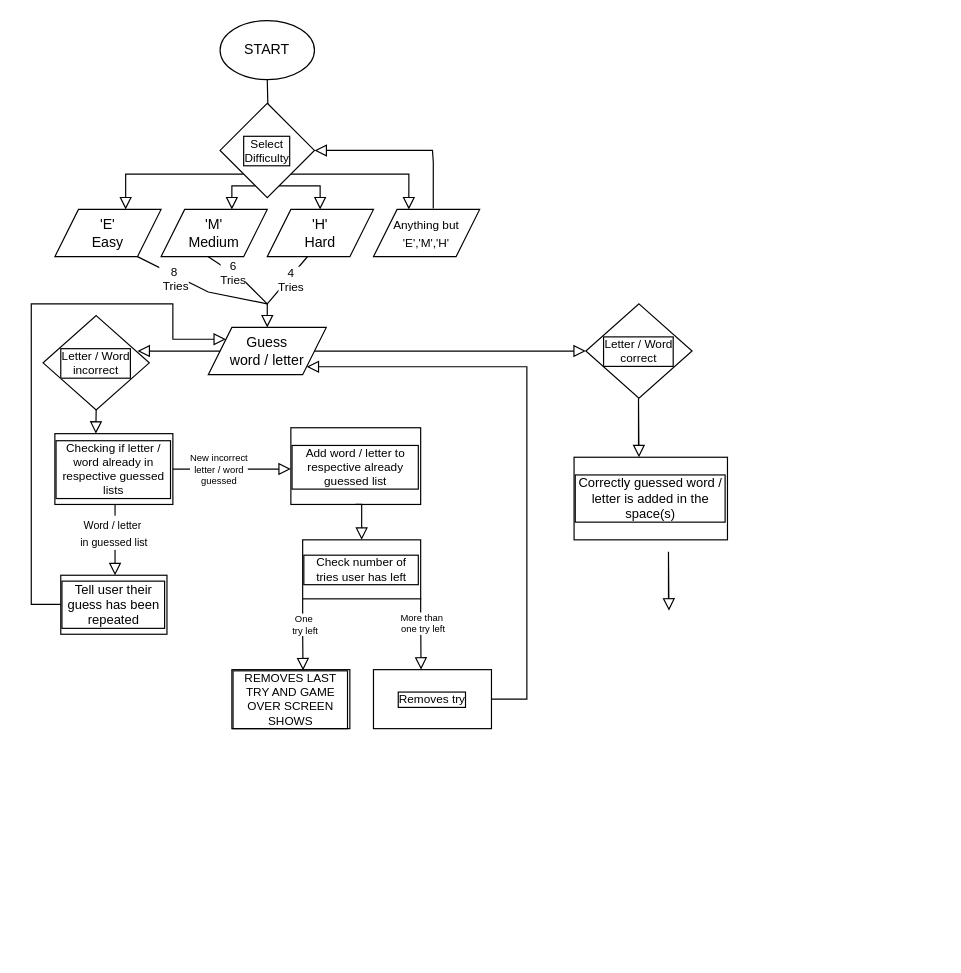
Earlier version of the draw.io diagram assets/images/project-three-flowchart.drawio (Bethieieio/project-three-command-hangman). Source tidied: cells renumbered, new cells numbered last; positions are measured from the earlier drawing's top-left corner, leaving out a move shared by most shapes. Both pictures are drawn from the tidied source at 118%, with x=0, y=0 at pixel (31, 20).
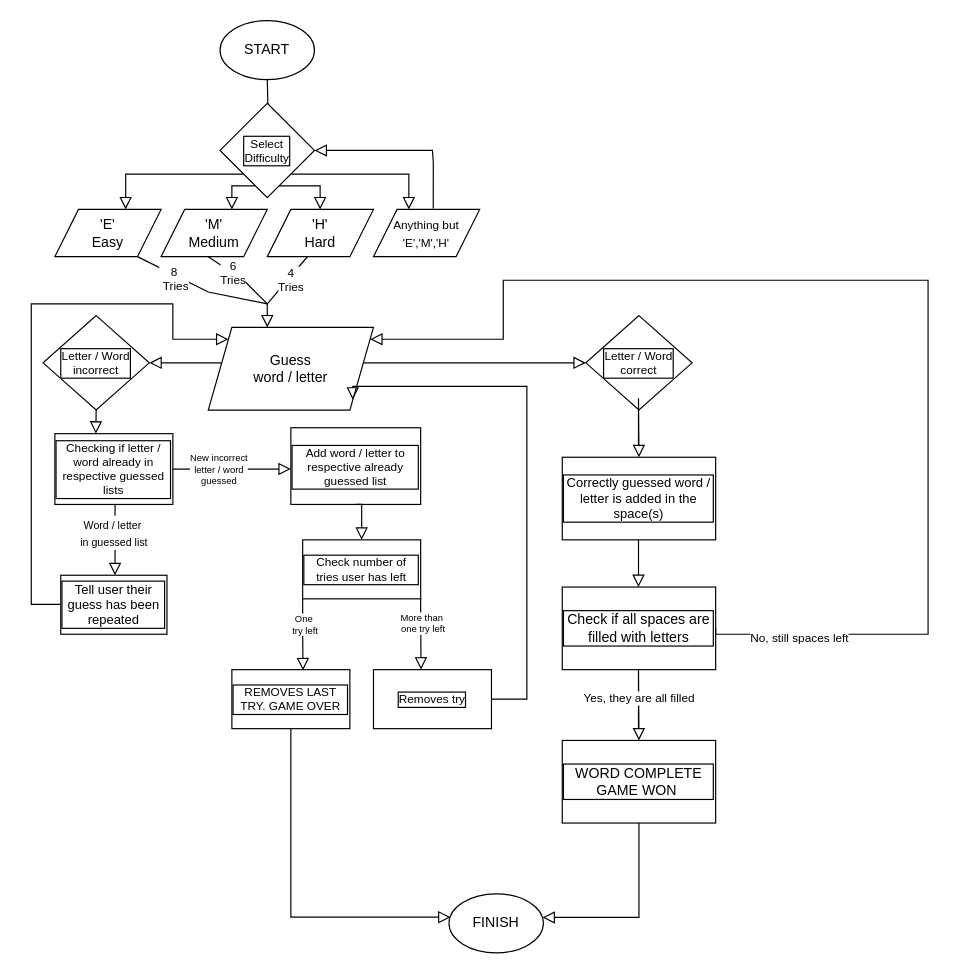
Above is the later version.

Unchanged cells that the change refers to:
```xml
<mxCell id="23" value="Letter / Word&lt;br&gt;incorrect" style="rhombus;whiteSpace=wrap;html=1;rounded=0;labelBackgroundColor=#FFFFFF;labelBorderColor=default;fontSize=10;" parent="1" vertex="1">
  <mxGeometry x="10" y="250" width="90" height="80" as="geometry" />
</mxCell>
<mxCell id="41" value="Removes try" style="rounded=0;whiteSpace=wrap;html=1;labelBackgroundColor=none;labelBorderColor=default;fillStyle=solid;strokeColor=#000000;fontSize=10;fontColor=#000000;fillColor=none;" parent="1" vertex="1">
  <mxGeometry x="290" y="550" width="100" height="50" as="geometry" />
</mxCell>
```

Diff of the diagram source:
```diff
@@
     <mxCell id="2" value="Letter / Word&lt;br&gt;correct" style="rhombus;whiteSpace=wrap;html=1;rounded=0;labelBackgroundColor=#FFFFFF;labelBorderColor=default;fontSize=10;" parent="1" vertex="1">
-      <mxGeometry x="470" y="240" width="90" height="80" as="geometry" />
+      <mxGeometry x="470" y="250" width="90" height="80" as="geometry" />
     </mxCell>
@@
     <mxCell id="20" value="Guess&lt;br&gt;word / letter" style="shape=parallelogram;perimeter=parallelogramPerimeter;whiteSpace=wrap;html=1;fixedSize=1;" parent="1" vertex="1">
-      <mxGeometry x="150" y="260" width="100" height="40" as="geometry" />
+      <mxGeometry x="150" y="260" width="140" height="70" as="geometry" />
     </mxCell>
@@
-    <mxCell id="22" style="rounded=0;html=1;jettySize=auto;fontSize=11;endArrow=block;endFill=0;endSize=8;strokeWidth=1;shadow=0;labelBackgroundColor=none;edgeStyle=orthogonalEdgeStyle;entryX=0.889;entryY=0.375;entryDx=0;entryDy=0;entryPerimeter=0;" parent="1" edge="1" source="20" target="23">
-      <mxGeometry relative="1" as="geometry" />
+    <mxCell id="22" style="rounded=0;html=1;jettySize=auto;fontSize=11;endArrow=block;endFill=0;endSize=8;strokeWidth=1;shadow=0;labelBackgroundColor=none;edgeStyle=orthogonalEdgeStyle;" parent="1" edge="1" source="20" target="23">
+      <mxGeometry relative="1" as="geometry">
+        <Array as="points">
+          <mxPoint x="130" y="290" />
+          <mxPoint x="130" y="290" />
+        </Array>
+      </mxGeometry>
     </mxCell>
@@
-    <mxCell id="36" value="REMOVES LAST TRY AND GAME OVER SCREEN SHOWS" style="rounded=0;whiteSpace=wrap;html=1;labelBackgroundColor=none;labelBorderColor=default;fillStyle=solid;strokeColor=#000000;fontSize=10;fontColor=#000000;fillColor=none;" parent="1" vertex="1">
+    <mxCell id="36" value="REMOVES LAST TRY. GAME OVER" style="rounded=0;whiteSpace=wrap;html=1;labelBackgroundColor=none;labelBorderColor=default;fillStyle=solid;strokeColor=#000000;fontSize=10;fontColor=#000000;fillColor=none;" parent="1" vertex="1">
       <mxGeometry x="170" y="550" width="100" height="50" as="geometry" />
     </mxCell>
@@
-    <mxCell id="42" style="rounded=0;html=1;jettySize=auto;fontSize=11;endArrow=block;endFill=0;endSize=8;strokeWidth=1;shadow=0;labelBackgroundColor=none;edgeStyle=orthogonalEdgeStyle;exitX=1;exitY=0.5;exitDx=0;exitDy=0;" parent="1" edge="1" source="20" target="2">
-      <mxGeometry relative="1" as="geometry" />
+    <mxCell id="42" style="rounded=0;html=1;jettySize=auto;fontSize=11;endArrow=block;endFill=0;endSize=8;strokeWidth=1;shadow=0;labelBackgroundColor=none;edgeStyle=orthogonalEdgeStyle;" parent="1" edge="1" source="20" target="2">
+      <mxGeometry relative="1" as="geometry">
+        <Array as="points">
+          <mxPoint x="320" y="290" />
+          <mxPoint x="320" y="290" />
+        </Array>
+      </mxGeometry>
     </mxCell>
@@
     <mxCell id="44" style="rounded=0;html=1;jettySize=auto;fontSize=11;endArrow=block;endFill=0;endSize=8;strokeWidth=1;shadow=0;labelBackgroundColor=none;edgeStyle=orthogonalEdgeStyle;entryX=1;entryY=1;entryDx=0;entryDy=0;exitX=1;exitY=0.5;exitDx=0;exitDy=0;" parent="1" edge="1" source="41" target="20">
       <mxGeometry relative="1" as="geometry">
         <Array as="points">
           <mxPoint x="420" y="575" />
-          <mxPoint x="420" y="293" />
+          <mxPoint x="420" y="310" />
         </Array>
       </mxGeometry>
     </mxCell>
     <mxCell id="45" value="&lt;font style=&quot;font-size: 11px;&quot;&gt;Correctly guessed word / letter is added in the space(s)&lt;/font&gt;" style="rounded=0;whiteSpace=wrap;html=1;labelBackgroundColor=none;labelBorderColor=default;fillStyle=solid;strokeColor=#000000;fontSize=10;fontColor=#000000;fillColor=none;" parent="1" vertex="1">
-      <mxGeometry x="460" y="370" width="130" height="70" as="geometry" />
+      <mxGeometry x="450" y="370" width="130" height="70" as="geometry" />
     </mxCell>
-    <mxCell id="46" style="rounded=0;html=1;jettySize=auto;orthogonalLoop=1;fontSize=11;endArrow=block;endFill=0;endSize=8;strokeWidth=1;shadow=0;labelBackgroundColor=none;edgeStyle=orthogonalEdgeStyle;exitX=0;exitY=1;exitDx=0;exitDy=0;" parent="1" edge="1">
+    <mxCell id="46" style="rounded=0;html=1;jettySize=auto;orthogonalLoop=1;fontSize=11;endArrow=block;endFill=0;endSize=8;strokeWidth=1;shadow=0;labelBackgroundColor=none;edgeStyle=orthogonalEdgeStyle;" parent="1" edge="1">
       <mxGeometry relative="1" as="geometry">
-        <mxPoint x="540" y="490" as="sourcePoint" />
-        <mxPoint x="540.4" y="500" as="targetPoint" />
+        <mxPoint x="514.6" y="440" as="sourcePoint" />
+        <mxPoint x="514.6" y="480" as="targetPoint" />
         <Array as="points">
-          <mxPoint x="540" y="450" />
-          <mxPoint x="540" y="450" />
+          <mxPoint x="514.6" y="450" />
+          <mxPoint x="514.6" y="450" />
         </Array>
       </mxGeometry>
     </mxCell>
+    <mxCell id="47" value="&lt;span style=&quot;font-size: 12px;&quot;&gt;Check if all spaces are filled with letters&lt;/span&gt;" style="rounded=0;whiteSpace=wrap;html=1;labelBackgroundColor=none;labelBorderColor=default;fillStyle=solid;strokeColor=#000000;fontSize=10;fontColor=#000000;fillColor=none;" parent="1" vertex="1">
+      <mxGeometry x="450" y="480" width="130" height="70" as="geometry" />
+    </mxCell>
+    <mxCell id="48" style="rounded=0;html=1;jettySize=auto;orthogonalLoop=1;fontSize=11;endArrow=block;endFill=0;endSize=8;strokeWidth=1;shadow=0;labelBackgroundColor=none;edgeStyle=orthogonalEdgeStyle;" parent="1" edge="1">
+      <mxGeometry relative="1" as="geometry">
+        <mxPoint x="514.6" y="600" as="sourcePoint" />
+        <mxPoint x="515" y="610" as="targetPoint" />
+        <Array as="points">
+          <mxPoint x="514.6" y="550" />
+          <mxPoint x="514.6" y="550" />
+        </Array>
+      </mxGeometry>
+    </mxCell>
+    <mxCell id="49" value="Yes, they are all filled" style="edgeLabel;html=1;align=center;verticalAlign=middle;fontSize=10;fontColor=#000000;" parent="48" vertex="1">
+      <mxGeometry x="-0.51" relative="1" as="geometry" />
+    </mxCell>
+    <mxCell id="50" value="&lt;span style=&quot;font-size: 12px;&quot;&gt;WORD COMPLETE GAME WON&amp;nbsp;&lt;/span&gt;" style="rounded=0;whiteSpace=wrap;html=1;labelBackgroundColor=none;labelBorderColor=default;fillStyle=solid;strokeColor=#000000;fontSize=10;fontColor=#000000;fillColor=none;" parent="1" vertex="1">
+      <mxGeometry x="450" y="610" width="130" height="70" as="geometry" />
+    </mxCell>
+    <mxCell id="51" style="rounded=0;html=1;jettySize=auto;fontSize=11;endArrow=block;endFill=0;endSize=8;strokeWidth=1;shadow=0;labelBackgroundColor=none;edgeStyle=orthogonalEdgeStyle;entryX=0.017;entryY=0.395;entryDx=0;entryDy=0;entryPerimeter=0;" parent="1" edge="1" target="53">
+      <mxGeometry relative="1" as="geometry">
+        <mxPoint x="220" y="600" as="sourcePoint" />
+        <Array as="points">
+          <mxPoint x="220" y="760" />
+        </Array>
+      </mxGeometry>
+    </mxCell>
+    <mxCell id="52" style="rounded=0;html=1;jettySize=auto;fontSize=11;endArrow=block;endFill=0;endSize=8;strokeWidth=1;shadow=0;labelBackgroundColor=none;edgeStyle=orthogonalEdgeStyle;exitX=0.5;exitY=1;exitDx=0;exitDy=0;" parent="1" edge="1" source="50" target="53">
+      <mxGeometry relative="1" as="geometry">
+        <Array as="points">
+          <mxPoint x="515" y="760" />
+        </Array>
+      </mxGeometry>
+    </mxCell>
+    <mxCell id="53" value="FINISH" style="ellipse;whiteSpace=wrap;html=1;fillStyle=solid;" parent="1" vertex="1">
+      <mxGeometry x="354" y="740" width="80" height="50" as="geometry" />
+    </mxCell>
+    <mxCell id="54" style="rounded=0;html=1;jettySize=auto;fontSize=11;endArrow=block;endFill=0;endSize=8;strokeWidth=1;shadow=0;labelBackgroundColor=none;edgeStyle=orthogonalEdgeStyle;exitX=1;exitY=0.5;exitDx=0;exitDy=0;" parent="1" edge="1" source="47" target="20">
+      <mxGeometry relative="1" as="geometry">
+        <Array as="points">
+          <mxPoint x="580" y="520" />
+          <mxPoint x="760" y="520" />
+          <mxPoint x="760" y="220" />
+          <mxPoint x="400" y="220" />
+          <mxPoint x="400" y="270" />
+        </Array>
+      </mxGeometry>
+    </mxCell>
+    <mxCell id="55" value="No, still spaces left" style="edgeLabel;html=1;align=center;verticalAlign=middle;fontSize=10;fontColor=#000000;" parent="54" vertex="1">
+      <mxGeometry x="-0.14" y="1" relative="1" as="geometry">
+        <mxPoint x="-109" y="250" as="offset" />
+      </mxGeometry>
+    </mxCell>
```
